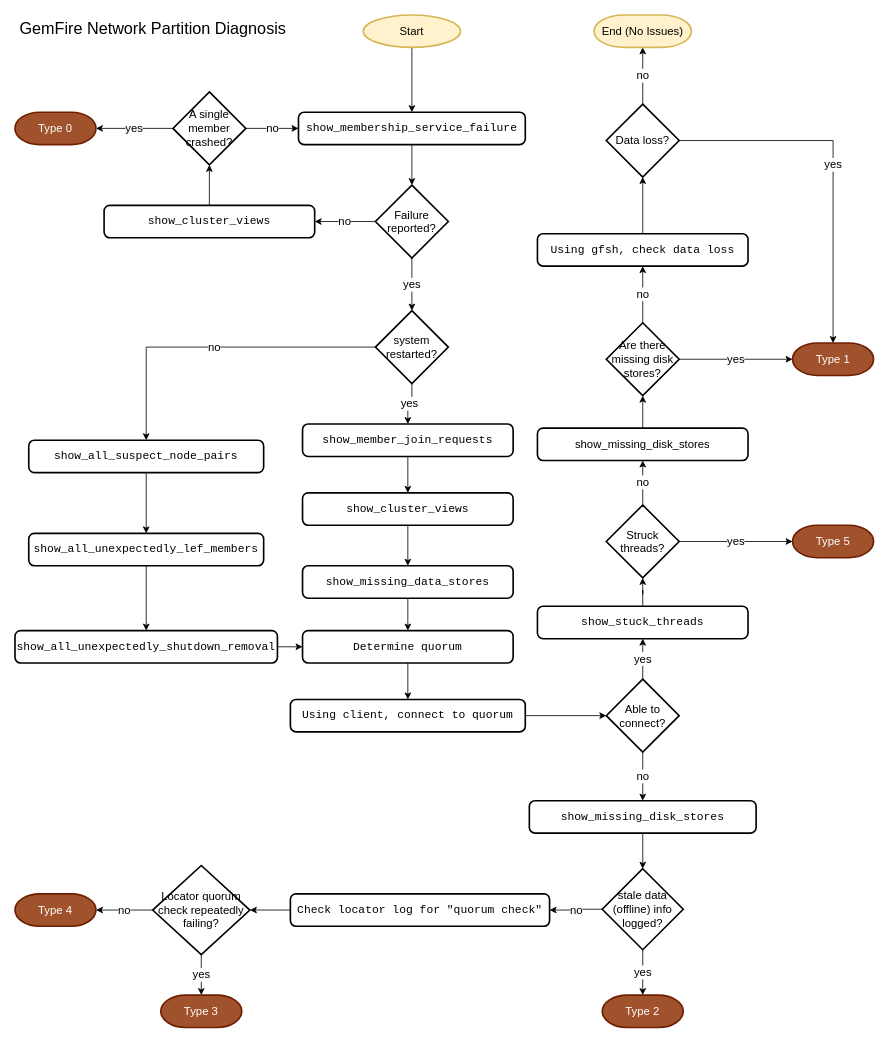
Earlier version of the draw.io diagram page "Diagnosis" (7 of 7) of images/drawio/split-brain.drawio (padogrid/bundle-geode-1-app-perf_test_sb-cluster-sb). Source tidied: cells renumbered, new cells numbered last; positions are measured from the earlier drawing's top-left corner, leaving out a move shared by most shapes. Both pictures are drawn from the tidied source at 81%, with x=0, y=0 at pixel (15, 15).
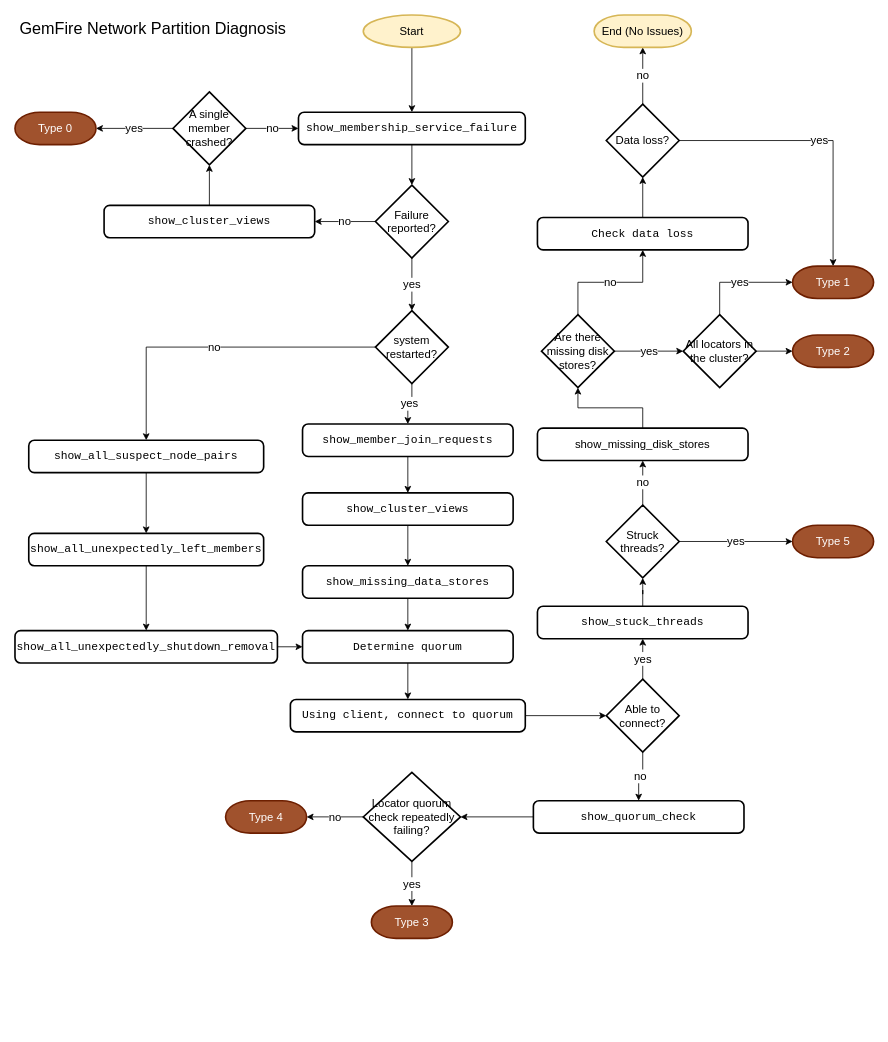
The same page after the edit.

Diff of the diagram source:
```diff
@@
     <mxCell id="25" value="Type 1" style="strokeWidth=2;html=1;shape=mxgraph.flowchart.terminator;whiteSpace=wrap;fontFamily=Helvetica;fillColor=#a0522d;strokeColor=#6D1F00;fontColor=#ffffff;fontSize=14;" parent="1" vertex="1">
-      <mxGeometry x="960" y="405" width="100" height="40" as="geometry" />
+      <mxGeometry x="960" y="310" width="100" height="40" as="geometry" />
     </mxCell>
-    <mxCell id="26" style="edgeStyle=orthogonalEdgeStyle;rounded=0;jettySize=auto;html=1;entryX=0.5;entryY=0;entryDx=0;entryDy=0;entryPerimeter=0;fontFamily=Helvetica;fontSize=14;" parent="1" edge="1" source="27" target="39">
-      <mxGeometry relative="1" as="geometry" />
-    </mxCell>
-    <mxCell id="27" value="&lt;pre class=&quot;language-bash&quot; style=&quot;font-size: 14px;&quot;&gt;&lt;pre class=&quot;language-bash&quot; style=&quot;font-size: 14px;&quot;&gt;show_missing_disk_stores&lt;/pre&gt;&lt;/pre&gt;" style="rounded=1;whiteSpace=wrap;html=1;absoluteArcSize=1;arcSize=14;strokeWidth=2;fontFamily=Helvetica;fontSize=14;" parent="1" vertex="1">
-      <mxGeometry x="635" y="970" width="280" height="40" as="geometry" />
+    <mxCell id="27" value="&lt;pre class=&quot;language-bash&quot; style=&quot;font-size: 14px;&quot;&gt;&lt;pre class=&quot;language-bash&quot; style=&quot;font-size: 14px;&quot;&gt;&lt;pre class=&quot;language-bash&quot;&gt;show_quorum_check&lt;/pre&gt;&lt;/pre&gt;&lt;/pre&gt;" style="rounded=1;whiteSpace=wrap;html=1;absoluteArcSize=1;arcSize=14;strokeWidth=2;fontFamily=Helvetica;fontSize=14;" parent="1" vertex="1">
+      <mxGeometry x="640" y="970" width="260" height="40" as="geometry" />
     </mxCell>
-    <mxCell id="28" value="yes" style="edgeStyle=orthogonalEdgeStyle;rounded=0;jettySize=auto;html=1;entryX=0;entryY=0.5;entryDx=0;entryDy=0;entryPerimeter=0;fontFamily=Helvetica;fontSize=14;" parent="1" edge="1" source="30" target="25">
+    <mxCell id="28" value="yes" style="edgeStyle=orthogonalEdgeStyle;rounded=0;jettySize=auto;html=1;fontFamily=Helvetica;fontSize=14;entryX=0;entryY=0.5;entryDx=0;entryDy=0;entryPerimeter=0;" parent="1" edge="1" source="30" target="70">
       <mxGeometry relative="1" as="geometry" />
     </mxCell>
@@
     <mxCell id="30" value="Are there missing disk stores?" style="strokeWidth=2;html=1;shape=mxgraph.flowchart.decision;whiteSpace=wrap;fontFamily=Helvetica;fontSize=14;" parent="1" vertex="1">
-      <mxGeometry x="730" y="380" width="90" height="90" as="geometry" />
+      <mxGeometry x="650" y="370" width="90" height="90" as="geometry" />
     </mxCell>
@@
-    <mxCell id="32" value="&lt;pre class=&quot;language-bash&quot; style=&quot;font-size: 14px;&quot;&gt;&lt;pre class=&quot;language-bash&quot; style=&quot;font-size: 14px;&quot;&gt;Using gfsh, check data loss&lt;/pre&gt;&lt;/pre&gt;" style="rounded=1;whiteSpace=wrap;html=1;absoluteArcSize=1;arcSize=14;strokeWidth=2;fontFamily=Helvetica;fontSize=14;" parent="1" vertex="1">
-      <mxGeometry x="645" y="270" width="260" height="40" as="geometry" />
+    <mxCell id="32" value="&lt;pre class=&quot;language-bash&quot; style=&quot;font-size: 14px;&quot;&gt;&lt;pre class=&quot;language-bash&quot; style=&quot;font-size: 14px;&quot;&gt;Check data loss&lt;/pre&gt;&lt;/pre&gt;" style="rounded=1;whiteSpace=wrap;html=1;absoluteArcSize=1;arcSize=14;strokeWidth=2;fontFamily=Helvetica;fontSize=14;" parent="1" vertex="1">
+      <mxGeometry x="645" y="250" width="260" height="40" as="geometry" />
     </mxCell>
@@
-    <mxCell id="37" value="yes" style="edgeStyle=orthogonalEdgeStyle;rounded=0;jettySize=auto;html=1;entryX=0.5;entryY=0;entryDx=0;entryDy=0;entryPerimeter=0;fontFamily=Helvetica;fontSize=14;" parent="1" edge="1" source="39" target="40">
-      <mxGeometry relative="1" as="geometry" />
-    </mxCell>
-    <mxCell id="38" value="no" style="edgeStyle=orthogonalEdgeStyle;rounded=0;jettySize=auto;html=1;fontFamily=Helvetica;fontSize=14;entryX=1;entryY=0.5;entryDx=0;entryDy=0;" parent="1" edge="1" source="39" target="42">
-      <mxGeometry relative="1" as="geometry" />
-    </mxCell>
-    <mxCell id="39" value="stale data (offline) info logged?" style="strokeWidth=2;html=1;shape=mxgraph.flowchart.decision;whiteSpace=wrap;fontFamily=Helvetica;fontSize=14;" parent="1" vertex="1">
-      <mxGeometry x="725" y="1054" width="100" height="100" as="geometry" />
-    </mxCell>
-    <mxCell id="40" value="Type 2" style="strokeWidth=2;html=1;shape=mxgraph.flowchart.terminator;whiteSpace=wrap;fontFamily=Helvetica;fillColor=#a0522d;fontColor=#ffffff;strokeColor=#6D1F00;fontSize=14;" parent="1" vertex="1">
-      <mxGeometry x="725" y="1210" width="100" height="40" as="geometry" />
-    </mxCell>
-    <mxCell id="41" style="edgeStyle=orthogonalEdgeStyle;rounded=0;jettySize=auto;html=1;entryX=1;entryY=0.5;entryDx=0;entryDy=0;entryPerimeter=0;fontFamily=Helvetica;fontSize=14;" parent="1" edge="1" source="42" target="45">
+    <mxCell id="41" style="edgeStyle=orthogonalEdgeStyle;rounded=0;jettySize=auto;html=1;entryX=1;entryY=0.5;entryDx=0;entryDy=0;entryPerimeter=0;fontFamily=Helvetica;fontSize=14;exitX=0;exitY=0.5;exitDx=0;exitDy=0;" parent="1" edge="1" source="27" target="45">
       <mxGeometry relative="1" as="geometry" />
     </mxCell>
-    <mxCell id="42" value="&lt;pre class=&quot;language-bash&quot; style=&quot;font-size: 14px;&quot;&gt;&lt;pre class=&quot;language-bash&quot; style=&quot;font-size: 14px;&quot;&gt;Check locator log for &quot;quorum check&quot;&lt;/pre&gt;&lt;/pre&gt;" style="rounded=1;whiteSpace=wrap;html=1;absoluteArcSize=1;arcSize=14;strokeWidth=2;fontFamily=Helvetica;fontSize=14;" parent="1" vertex="1">
-      <mxGeometry x="340" y="1085" width="320" height="40" as="geometry" />
-    </mxCell>
@@
     <mxCell id="45" value="Locator quorum check repeatedly failing?" style="strokeWidth=2;html=1;shape=mxgraph.flowchart.decision;whiteSpace=wrap;fontFamily=Helvetica;fontSize=14;" parent="1" vertex="1">
-      <mxGeometry x="170" y="1050" width="120" height="110" as="geometry" />
+      <mxGeometry x="430" y="935" width="120" height="110" as="geometry" />
     </mxCell>
     <mxCell id="46" value="Type 3" style="strokeWidth=2;html=1;shape=mxgraph.flowchart.terminator;whiteSpace=wrap;fontFamily=Helvetica;fillColor=#a0522d;fontColor=#ffffff;strokeColor=#6D1F00;fontSize=14;" parent="1" vertex="1">
-      <mxGeometry x="180" y="1210" width="100" height="40" as="geometry" />
+      <mxGeometry x="440" y="1100" width="100" height="40" as="geometry" />
     </mxCell>
@@
     <mxCell id="53" value="Type 4" style="strokeWidth=2;html=1;shape=mxgraph.flowchart.terminator;whiteSpace=wrap;fontFamily=Helvetica;fillColor=#a0522d;fontColor=#ffffff;strokeColor=#6D1F00;fontSize=14;" parent="1" vertex="1">
-      <mxGeometry y="1085" width="100" height="40" as="geometry" />
+      <mxGeometry x="260" y="970" width="100" height="40" as="geometry" />
     </mxCell>
@@
-    <mxCell id="57" value="&lt;pre class=&quot;language-bash&quot; style=&quot;font-size: 14px;&quot;&gt;&lt;pre class=&quot;language-bash&quot; style=&quot;font-size: 14px;&quot;&gt;&lt;code class=&quot;language-bash&quot; style=&quot;font-size: 14px;&quot;&gt;show_all_unexpectedly_lef_members&lt;/code&gt;&lt;/pre&gt;&lt;/pre&gt;" style="rounded=1;whiteSpace=wrap;html=1;absoluteArcSize=1;arcSize=14;strokeWidth=2;fontFamily=Helvetica;fontSize=14;" parent="1" vertex="1">
+    <mxCell id="57" value="&lt;pre class=&quot;language-bash&quot; style=&quot;font-size: 14px;&quot;&gt;&lt;pre class=&quot;language-bash&quot; style=&quot;font-size: 14px;&quot;&gt;&lt;code class=&quot;language-bash&quot; style=&quot;font-size: 14px;&quot;&gt;show_all_unexpectedly_left_members&lt;/code&gt;&lt;/pre&gt;&lt;/pre&gt;" style="rounded=1;whiteSpace=wrap;html=1;absoluteArcSize=1;arcSize=14;strokeWidth=2;fontFamily=Helvetica;fontSize=14;" parent="1" vertex="1">
       <mxGeometry x="17" y="640" width="290" height="40" as="geometry" />
     </mxCell>
@@
+    <mxCell id="37" value="yes" style="edgeStyle=orthogonalEdgeStyle;rounded=0;jettySize=auto;html=1;entryX=0;entryY=0.5;entryDx=0;entryDy=0;entryPerimeter=0;fontSize=14;exitX=0.5;exitY=0;exitDx=0;exitDy=0;exitPerimeter=0;" parent="1" edge="1" source="70" target="25">
+      <mxGeometry relative="1" as="geometry" />
+    </mxCell>
+    <mxCell id="69" style="edgeStyle=orthogonalEdgeStyle;rounded=0;jettySize=auto;html=1;entryX=0;entryY=0.5;entryDx=0;entryDy=0;entryPerimeter=0;fontSize=14;" parent="1" edge="1" source="70" target="40">
+      <mxGeometry relative="1" as="geometry" />
+    </mxCell>
+    <mxCell id="70" value="All locators in the cluster?" style="strokeWidth=2;html=1;shape=mxgraph.flowchart.decision;whiteSpace=wrap;fontFamily=Helvetica;fontSize=14;" parent="1" vertex="1">
+      <mxGeometry x="825" y="370" width="90" height="90" as="geometry" />
+    </mxCell>
+    <mxCell id="40" value="Type 2" style="strokeWidth=2;html=1;shape=mxgraph.flowchart.terminator;whiteSpace=wrap;fontFamily=Helvetica;fillColor=#a0522d;strokeColor=#6D1F00;fontColor=#ffffff;fontSize=14;" parent="1" vertex="1">
+      <mxGeometry x="960" y="395" width="100" height="40" as="geometry" />
+    </mxCell>
```
